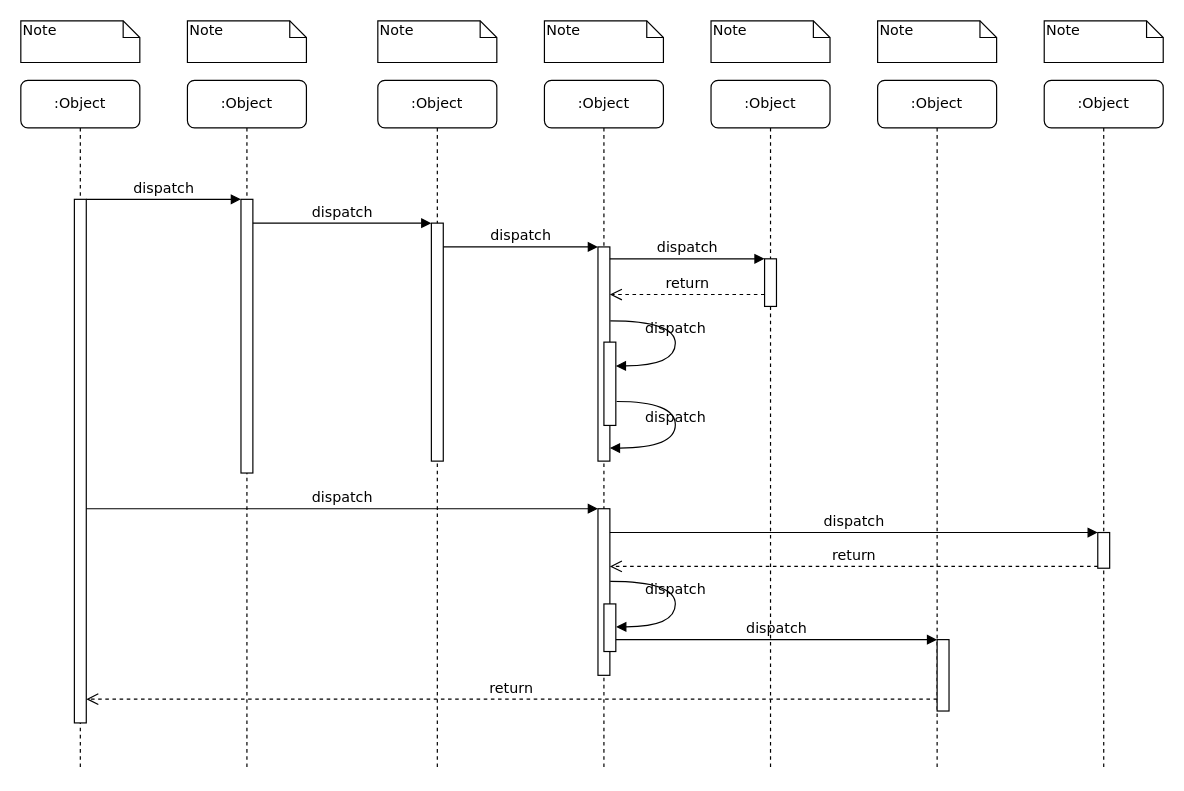
This is fb_publish.drawio from khhily/diagrams, a draw.io file, before an edit. Source tidied: cells renumbered, new cells numbered last; positions are measured from the earlier drawing's top-left corner, leaving out a move shared by most shapes. Both pictures are drawn from the tidied source at 119%, with x=0, y=0 at pixel (20, 20).
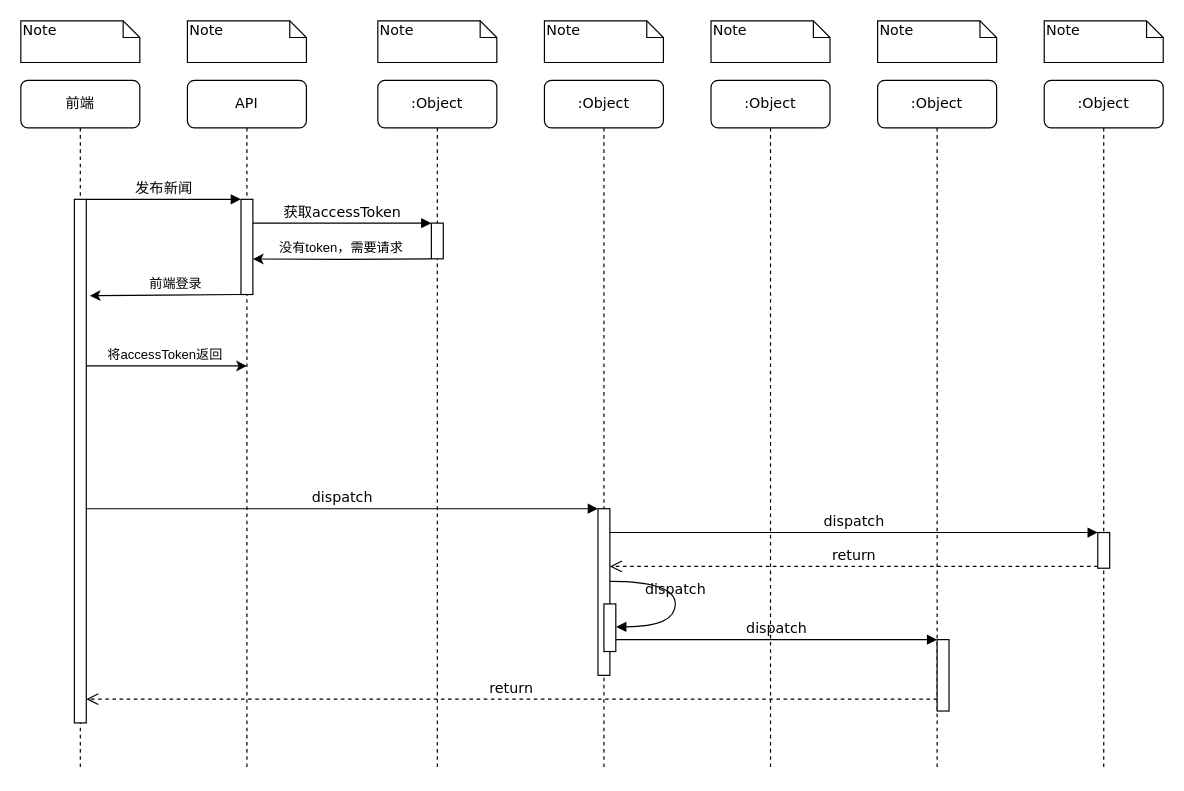
The same page after the edit.

Unchanged cells that the change refers to:
```xml
<mxCell id="4" value=":Object" style="shape=umlLifeline;perimeter=lifelinePerimeter;whiteSpace=wrap;html=1;rounded=1;shadow=0;comic=0;labelBackgroundColor=none;strokeWidth=1;fontFamily=Verdana;fontSize=12;align=center;" parent="1" vertex="1">
  <mxGeometry x="300" y="50" width="100" height="580" as="geometry" />
</mxCell>
<mxCell id="11" style="html=1;points=[];perimeter=orthogonalPerimeter;rounded=0;shadow=0;comic=0;labelBackgroundColor=none;strokeWidth=1;fontFamily=Verdana;fontSize=12;align=center;" parent="10" vertex="1">
  <mxGeometry x="45" y="100" width="10" height="440" as="geometry" />
</mxCell>
```

The edit, as a diff of the source:
```diff
@@
-    <mxCell id="2" value=":Object" style="shape=umlLifeline;perimeter=lifelinePerimeter;whiteSpace=wrap;html=1;rounded=1;shadow=0;comic=0;labelBackgroundColor=none;strokeWidth=1;fontFamily=Verdana;fontSize=12;align=center;" parent="1" vertex="1">
+    <mxCell id="2" value="API" style="shape=umlLifeline;perimeter=lifelinePerimeter;whiteSpace=wrap;html=1;rounded=1;shadow=0;comic=0;labelBackgroundColor=none;strokeWidth=1;fontFamily=Verdana;fontSize=12;align=center;" parent="1" vertex="1">
       <mxGeometry x="140" y="50" width="100" height="580" as="geometry" />
     </mxCell>
     <mxCell id="3" style="html=1;points=[];perimeter=orthogonalPerimeter;rounded=0;shadow=0;comic=0;labelBackgroundColor=none;strokeWidth=1;fontFamily=Verdana;fontSize=12;align=center;" parent="2" vertex="1">
-      <mxGeometry x="45" y="100" width="10" height="230" as="geometry" />
+      <mxGeometry x="45" y="100" width="10" height="80" as="geometry" />
     </mxCell>
@@
     <mxCell id="5" style="html=1;points=[];perimeter=orthogonalPerimeter;rounded=0;shadow=0;comic=0;labelBackgroundColor=none;strokeWidth=1;fontFamily=Verdana;fontSize=12;align=center;" parent="4" vertex="1">
-      <mxGeometry x="45" y="120" width="10" height="200" as="geometry" />
+      <mxGeometry x="45" y="120" width="10" height="30" as="geometry" />
     </mxCell>
@@
-    <mxCell id="10" value=":Object" style="shape=umlLifeline;perimeter=lifelinePerimeter;whiteSpace=wrap;html=1;rounded=1;shadow=0;comic=0;labelBackgroundColor=none;strokeWidth=1;fontFamily=Verdana;fontSize=12;align=center;" parent="1" vertex="1">
+    <mxCell id="10" value="前端" style="shape=umlLifeline;perimeter=lifelinePerimeter;whiteSpace=wrap;html=1;rounded=1;shadow=0;comic=0;labelBackgroundColor=none;strokeWidth=1;fontFamily=Verdana;fontSize=12;align=center;" parent="1" vertex="1">
       <mxGeometry y="50" width="100" height="580" as="geometry" />
     </mxCell>
@@
-    <mxCell id="12" style="html=1;points=[];perimeter=orthogonalPerimeter;rounded=0;shadow=0;comic=0;labelBackgroundColor=none;strokeWidth=1;fontFamily=Verdana;fontSize=12;align=center;" parent="1" vertex="1">
-      <mxGeometry x="485" y="190" width="10" height="180" as="geometry" />
-    </mxCell>
-    <mxCell id="13" value="dispatch" style="html=1;verticalAlign=bottom;endArrow=block;labelBackgroundColor=none;fontFamily=Verdana;fontSize=12;edgeStyle=elbowEdgeStyle;elbow=vertical;" parent="1" edge="1" source="5" target="12">
-      <mxGeometry relative="1" as="geometry">
-        <Array as="points">
-          <mxPoint x="360" y="190" />
-        </Array>
-      </mxGeometry>
-    </mxCell>
-    <mxCell id="14" style="html=1;points=[];perimeter=orthogonalPerimeter;rounded=0;shadow=0;comic=0;labelBackgroundColor=none;strokeWidth=1;fontFamily=Verdana;fontSize=12;align=center;" parent="1" vertex="1">
-      <mxGeometry x="625" y="200" width="10" height="40" as="geometry" />
-    </mxCell>
-    <mxCell id="15" value="dispatch" style="html=1;verticalAlign=bottom;endArrow=block;entryX=0;entryY=0;labelBackgroundColor=none;fontFamily=Verdana;fontSize=12;edgeStyle=elbowEdgeStyle;elbow=vertical;" parent="1" edge="1" source="12" target="14">
-      <mxGeometry relative="1" as="geometry" />
-    </mxCell>
-    <mxCell id="16" value="return" style="html=1;verticalAlign=bottom;endArrow=open;dashed=1;endSize=8;labelBackgroundColor=none;fontFamily=Verdana;fontSize=12;edgeStyle=elbowEdgeStyle;elbow=vertical;" parent="1" edge="1" source="14" target="12">
-      <mxGeometry relative="1" as="geometry">
-        <Array as="points">
-          <mxPoint x="570" y="230" />
-          <mxPoint x="600" y="230" />
-        </Array>
-      </mxGeometry>
-    </mxCell>
+    <mxCell id="39" style="edgeStyle=orthogonalEdgeStyle;rounded=0;jettySize=auto;html=1;entryX=1.3;entryY=0.184;entryDx=0;entryDy=0;entryPerimeter=0;" parent="10" edge="1" target="11">
+      <mxGeometry relative="1" as="geometry">
+        <mxPoint x="185" y="180" as="sourcePoint" />
+      </mxGeometry>
+    </mxCell>
+    <mxCell id="40" value="前端登录" style="edgeLabel;html=1;align=center;verticalAlign=middle;" parent="39" vertex="1">
+      <mxGeometry x="-0.14" y="-1" relative="1" as="geometry">
+        <mxPoint y="-9" as="offset" />
+      </mxGeometry>
+    </mxCell>
@@
-    <mxCell id="25" value="dispatch" style="html=1;verticalAlign=bottom;endArrow=block;entryX=0;entryY=0;labelBackgroundColor=none;fontFamily=Verdana;fontSize=12;edgeStyle=elbowEdgeStyle;elbow=vertical;" parent="1" edge="1" source="11" target="3">
+    <mxCell id="25" value="发布新闻" style="html=1;verticalAlign=bottom;endArrow=block;entryX=0;entryY=0;labelBackgroundColor=none;fontFamily=Verdana;fontSize=12;edgeStyle=elbowEdgeStyle;elbow=vertical;" parent="1" edge="1" source="11" target="3">
       <mxGeometry relative="1" as="geometry" />
     </mxCell>
-    <mxCell id="26" value="dispatch" style="html=1;verticalAlign=bottom;endArrow=block;entryX=0;entryY=0;labelBackgroundColor=none;fontFamily=Verdana;fontSize=12;edgeStyle=elbowEdgeStyle;elbow=vertical;" parent="1" edge="1" source="3" target="5">
+    <mxCell id="26" value="获取accessToken&lt;br&gt;" style="html=1;verticalAlign=bottom;endArrow=block;entryX=0;entryY=0;labelBackgroundColor=none;fontFamily=Verdana;fontSize=12;edgeStyle=elbowEdgeStyle;elbow=vertical;" parent="1" edge="1" source="3" target="5">
       <mxGeometry relative="1" as="geometry" />
     </mxCell>
-    <mxCell id="27" style="html=1;points=[];perimeter=orthogonalPerimeter;rounded=0;shadow=0;comic=0;labelBackgroundColor=none;strokeWidth=1;fontFamily=Verdana;fontSize=12;align=center;" parent="1" vertex="1">
-      <mxGeometry x="490" y="270" width="10" height="70" as="geometry" />
-    </mxCell>
-    <mxCell id="28" value="dispatch" style="html=1;verticalAlign=bottom;endArrow=block;labelBackgroundColor=none;fontFamily=Verdana;fontSize=12;elbow=vertical;edgeStyle=orthogonalEdgeStyle;curved=1;entryX=1;entryY=0.286;entryPerimeter=0;exitX=1.038;exitY=0.345;exitPerimeter=0;" parent="1" edge="1" source="12" target="27">
-      <mxGeometry relative="1" as="geometry">
-        <Array as="points">
-          <mxPoint x="550" y="252" />
-          <mxPoint x="550" y="290" />
-        </Array>
-      </mxGeometry>
-    </mxCell>
-    <mxCell id="29" value="dispatch" style="html=1;verticalAlign=bottom;endArrow=block;labelBackgroundColor=none;fontFamily=Verdana;fontSize=12;elbow=vertical;edgeStyle=orthogonalEdgeStyle;curved=1;exitX=1.066;exitY=0.713;exitPerimeter=0;" parent="1" edge="1" source="27">
-      <mxGeometry relative="1" as="geometry">
-        <mxPoint x="495" y="359" as="targetPoint" />
-        <Array as="points">
-          <mxPoint x="550" y="320" />
-          <mxPoint x="550" y="359" />
-        </Array>
-      </mxGeometry>
-    </mxCell>
@@
+    <mxCell id="41" style="edgeStyle=orthogonalEdgeStyle;rounded=0;orthogonalLoop=1;jettySize=auto;html=1;entryX=1;entryY=0.522;entryDx=0;entryDy=0;entryPerimeter=0;" parent="1" edge="1">
+      <mxGeometry relative="1" as="geometry">
+        <mxPoint x="345" y="200" as="sourcePoint" />
+        <mxPoint x="195" y="200.1" as="targetPoint" />
+      </mxGeometry>
+    </mxCell>
+    <mxCell id="42" value="没有token，需要请求" style="edgeLabel;html=1;align=center;verticalAlign=middle;" parent="41" vertex="1">
+      <mxGeometry x="0.03" y="-2" relative="1" as="geometry">
+        <mxPoint y="-8" as="offset" />
+      </mxGeometry>
+    </mxCell>
+    <mxCell id="43" style="edgeStyle=orthogonalEdgeStyle;rounded=0;orthogonalLoop=1;jettySize=auto;html=1;" parent="1" edge="1">
+      <mxGeometry relative="1" as="geometry">
+        <mxPoint x="55" y="290" as="sourcePoint" />
+        <mxPoint x="190" y="290" as="targetPoint" />
+      </mxGeometry>
+    </mxCell>
+    <mxCell id="44" value="将accessToken返回" style="edgeLabel;html=1;align=center;verticalAlign=middle;" parent="43" vertex="1">
+      <mxGeometry x="0.04" relative="1" as="geometry">
+        <mxPoint x="-5" y="-10" as="offset" />
+      </mxGeometry>
+    </mxCell>
```
